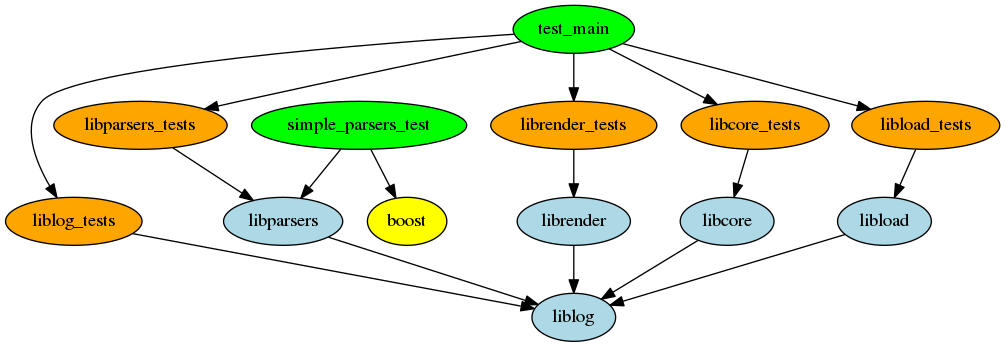
This is project_structure.png from BVE-Reborn/bve-reborn-archive, a Graphviz export, as it was before one commit. Its source is kept beside it as project_structure.dot.
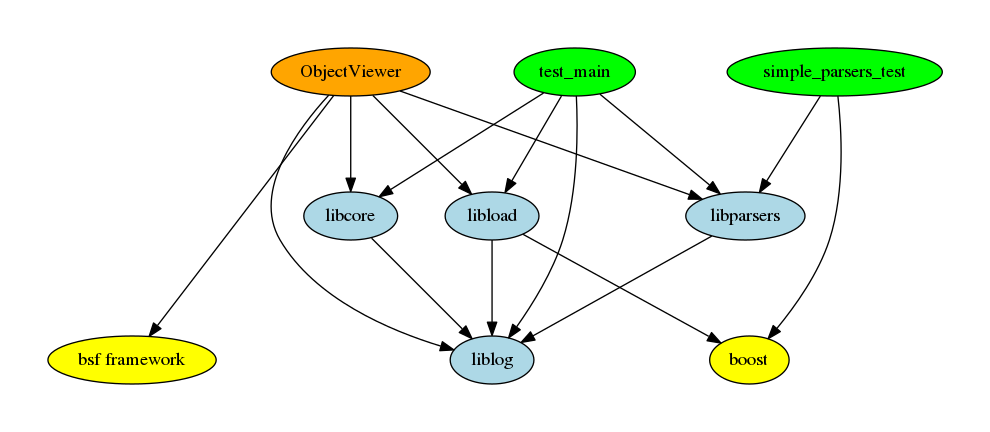
The same diagram one commit later.

What changed in the source:
```diff
@@ -1,41 +1,40 @@
 digraph project_structure {
+	graph [pad="0.5", nodesep="0.5", ranksep="1"];
 	"libcore" [style=filled, fillcolor=lightblue]
-	"libcore_tests" [style=filled, fillcolor=orange]
+	"libparsers" [style=filled, fillcolor=lightblue]
+	"libload" [style=filled, fillcolor=lightblue]
+	"liblog" [style=filled, fillcolor=lightblue]
 
-	"libparsers" [style=filled, fillcolor=lightblue]
-	"libparsers_tests" [style=filled, fillcolor=orange]
-
-	"libload" [style=filled, fillcolor=lightblue]
-	"libload_tests" [style=filled, fillcolor=orange]
-
-	"liblog" [style=filled, fillcolor=lightblue]
-	"liblog_tests" [style=filled, fillcolor=orange]
-
-	"librender" [style=filled, fillcolor=lightblue]
-	"librender_tests" [style=filled, fillcolor=orange]
+	"bsf framework" [style=filled, fillcolor=yellow]
 
 	"simple_parsers_test" [style=filled, fillcolor=green]
 	"test_main" [style=filled, fillcolor=green]
 
+	"ObjectViewer" [style=filled, fillcolor=orange]
+
 	"boost" [style=filled, fillcolor=yellow]
-
-	"libcore_tests" -> "libcore"
-	"libload_tests" -> "libload"
-	"liblog_tests" -> "liblog"
-	"libparsers_tests" -> "libparsers"
-	"librender_tests" -> "librender"
 
 	"libcore" -> "liblog"
 	"libload" -> "liblog"
+	"libload" -> "boost"
 	"libparsers" -> "liblog"
-	"librender" -> "liblog"
 
 	"simple_parsers_test" -> "boost"
 	"simple_parsers_test" -> "libparsers"
 
-	"test_main" -> "libcore_tests"
-	"test_main" -> "libload_tests"
-	"test_main" -> "liblog_tests"
-	"test_main" -> "libparsers_tests"
-	"test_main" -> "librender_tests"
+	"test_main" -> "liblog"
+	"test_main" -> "libcore"
+	"test_main" -> "libparsers"
+	"test_main" -> "libload"
+
+	"ObjectViewer" -> "liblog"
+	"ObjectViewer" -> "libcore"
+	"ObjectViewer" -> "libparsers"
+	"ObjectViewer" -> "libload"
+	"ObjectViewer" -> "bsf framework"
+
+	{rank = same; "libload"; "libcore"; "libparsers";}
+	{rank = same; "boost"; "bsf framework";}
+	{rank = same; "test_main"; "simple_parsers_test";}
+	{rank = same; "ObjectViewer";}
 }
```
